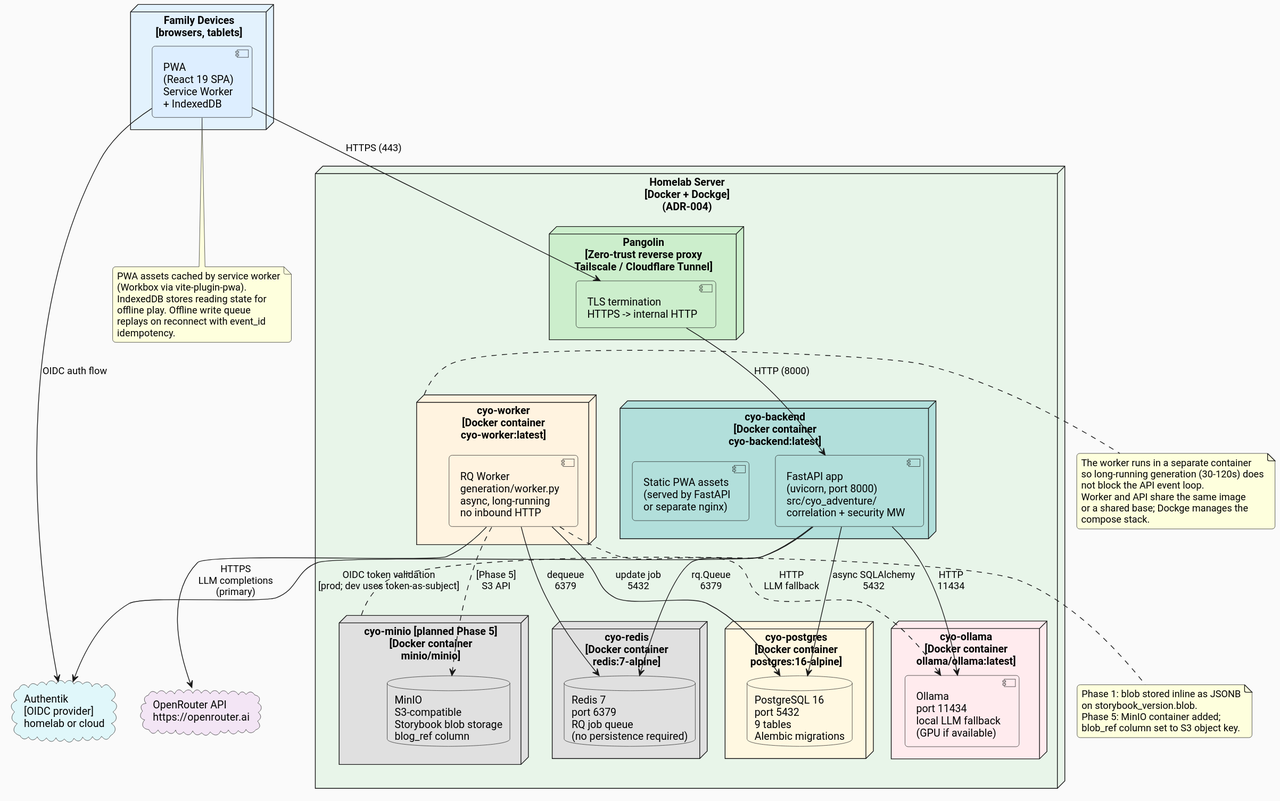
The PlantUML diagram docs/architecture/diagrams/deployment.svg in ByronWilliamsCPA/cyo-adventure, before a commit. Its diagram source:
```plantuml
@startuml

skinparam defaultFontName "Roboto"
skinparam backgroundColor #FAFAFA
skinparam roundCorner 8

node "Family Devices\n[browsers, tablets]" as devices #E3F2FD {
  component "PWA\n(React 19 SPA)\nService Worker\n+ IndexedDB" as pwa_client #DDEEFF
}

cloud "OpenRouter API\nhttps://openrouter.ai" as openrouter_cloud #F3E5F5
cloud "Authentik\n[OIDC provider]\nhomelab or cloud" as authentik_cloud #E0F7FA

node "Homelab Server\n[Docker + Dockge]\n(ADR-004)" as homelab #E8F5E9 {

  node "Pangolin\n[Zero-trust reverse proxy\nTailscale / Cloudflare Tunnel]" as pangolin #CCEECC {
    component "TLS termination\nHTTPS -> internal HTTP" as tls #CCEECC
  }

  node "cyo-backend\n[Docker container\ncyo-backend:latest]" as backend_container #B2DFDB {
    component "FastAPI app\n(uvicorn, port 8000)\nsrc/cyo_adventure/\ncorrelation + security MW" as fastapi_app #B2DFDB
    component "Static PWA assets\n(served by FastAPI\nor separate nginx)" as static_assets #B2DFDB
  }

  node "cyo-worker\n[Docker container\ncyo-worker:latest]" as worker_container #FFF3E0 {
    component "RQ Worker\ngeneration/worker.py\nasync, long-running\nno inbound HTTP" as rq_worker #FFF3E0
  }

  node "cyo-postgres\n[Docker container\npostgres:16-alpine]" as postgres_container #FFF8E1 {
    database "PostgreSQL 16\nport 5432\n9 tables\nAlembic migrations" as pg_db #FFF8E1
  }

  node "cyo-redis\n[Docker container\nredis:7-alpine]" as redis_container #E0E0E0 {
    database "Redis 7\nport 6379\nRQ job queue\n(no persistence required)" as redis_db #E0E0E0
  }

  node "cyo-ollama\n[Docker container\nollama/ollama:latest]" as ollama_container #FFEBEE {
    component "Ollama\nport 11434\nlocal LLM fallback\n(GPU if available)" as ollama_svc #FFEBEE
  }

  node "cyo-minio [planned Phase 5]\n[Docker container\nminio/minio]" as minio_container #E0E0E0 {
    database "MinIO\nS3-compatible\nStorybook blob storage\nblog_ref column" as minio_db #E0E0E0
  }

}

pwa_client --> tls : "HTTPS (443)"
tls --> fastapi_app : "HTTP (8000)"
fastapi_app --> pg_db : "async SQLAlchemy\n5432"
fastapi_app --> redis_db : "rq.Queue\n6379"
fastapi_app --> ollama_svc : "HTTP\n11434"
rq_worker --> redis_db : "dequeue\n6379"
rq_worker --> pg_db : "update job\n5432"
rq_worker --> openrouter_cloud : "HTTPS\nLLM completions\n(primary)"
rq_worker ..> ollama_svc : "HTTP\nLLM fallback"
rq_worker ..> minio_db : "[Phase 5]\nS3 API"
pwa_client --> authentik_cloud : "OIDC auth flow"
fastapi_app --> authentik_cloud : "OIDC token validation\n[prod; dev uses token-as-subject]"

note right of worker_container
  The worker runs in a separate container
  so long-running generation (30-120s) does
  not block the API event loop.
  Worker and API share the same image
  or a shared base; Dockge manages the
  compose stack.
end note

note right of minio_container
  Phase 1: blob stored inline as JSONB
  on storybook_version.blob.
  Phase 5: MinIO container added;
  blob_ref column set to S3 object key.
end note

note bottom of pwa_client
  PWA assets cached by service worker
  (Workbox via vite-plugin-pwa).
  IndexedDB stores reading state for
  offline play. Offline write queue
  replays on reconnect with event_id
  idempotency.
end note
@enduml
```
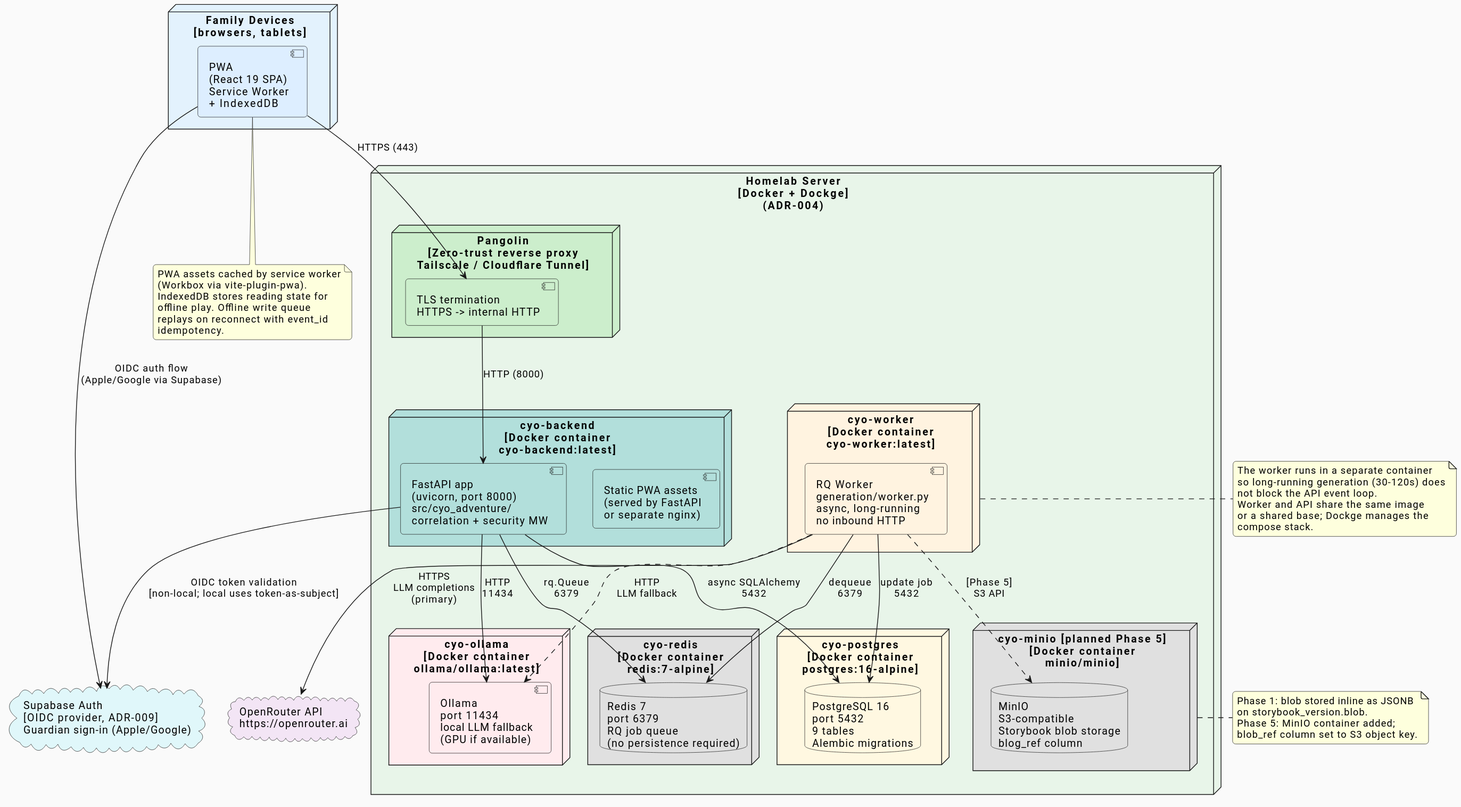
The same file after the commit.

Diff of the diagram source:
```diff
@@ -9,7 +9,7 @@
 }
 
 cloud "OpenRouter API\nhttps://openrouter.ai" as openrouter_cloud #F3E5F5
-cloud "Authentik\n[OIDC provider]\nhomelab or cloud" as authentik_cloud #E0F7FA
+cloud "Supabase Auth\n[OIDC provider, ADR-009]\nGuardian sign-in (Apple/Google)" as supabase_cloud #E0F7FA
 
 node "Homelab Server\n[Docker + Dockge]\n(ADR-004)" as homelab #E8F5E9 {
 
@@ -54,8 +54,8 @@
 rq_worker --> openrouter_cloud : "HTTPS\nLLM completions\n(primary)"
 rq_worker ..> ollama_svc : "HTTP\nLLM fallback"
 rq_worker ..> minio_db : "[Phase 5]\nS3 API"
-pwa_client --> authentik_cloud : "OIDC auth flow"
-fastapi_app --> authentik_cloud : "OIDC token validation\n[prod; dev uses token-as-subject]"
+pwa_client --> supabase_cloud : "OIDC auth flow\n(Apple/Google via Supabase)"
+fastapi_app --> supabase_cloud : "OIDC token validation\n[non-local; local uses token-as-subject]"
 
 note right of worker_container
   The worker runs in a separate container
```
